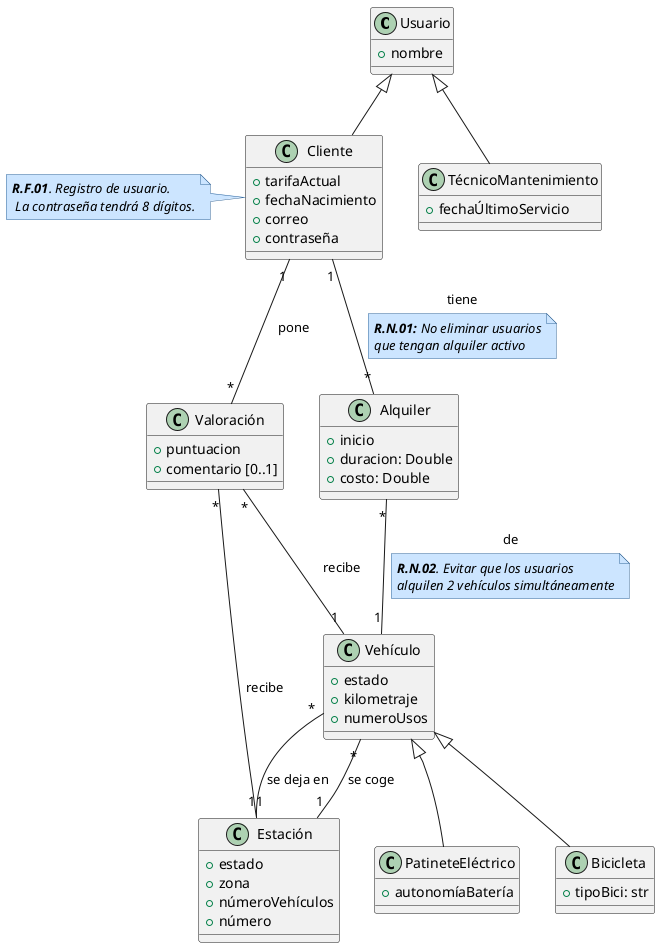
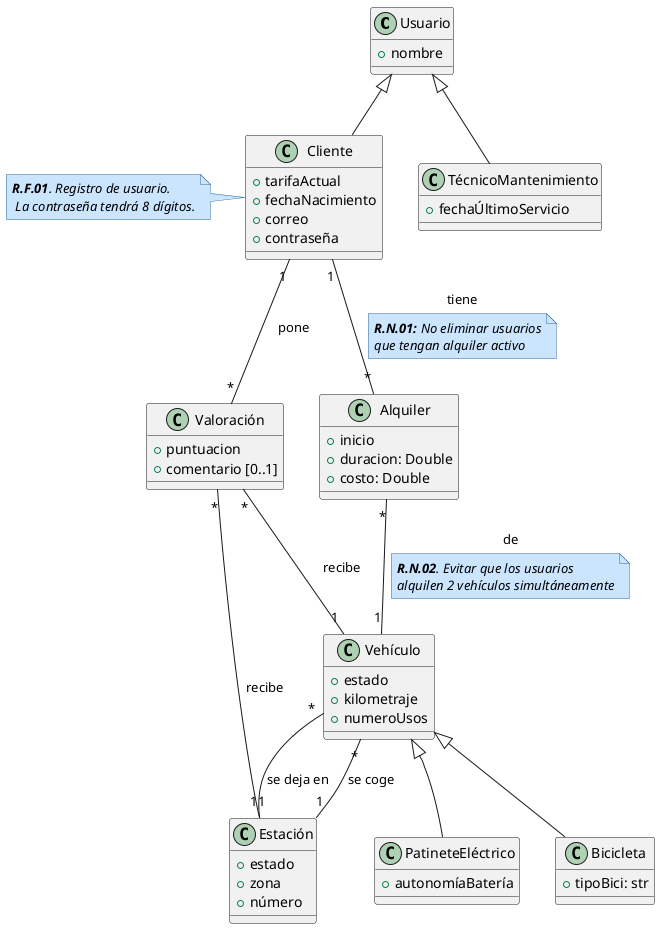
@startuml DiagramaClases

skinparam note {
  BackgroundColor #cce5ff
  BorderColor #336699
  FontStyle italic
}

class Usuario {
    +nombre
}

class Cliente {
    +tarifaActual
    +fechaNacimiento
    +correo
    +contraseña
}
note left:**R.F.01**. Registro de usuario. \n La contraseña tendrá 8 dígitos.

class TécnicoMantenimiento {
    +fechaÚltimoServicio
}

class Valoración {
    +puntuacion
    +comentario [0..1]
}

class Alquiler {
    +inicio
    +duracion: Double
    +costo: Double
}

class Vehículo {
    +estado
    +kilometraje
    +numeroUsos
}

'Una estación se refiere a un enganche específico,'
'para decir a qué grupo de bicis pertenece se utiliza el atributo zona'
'Se ha puesto así para poder poner en qué enganche (estación) se encuentra'
'una bici específica, si no no se podría identificar la bici averiada por ejemplo.'

class Estación {
    +estado
    +zona
-     +númeroVehículos
    +número
}

class Bicicleta {
    +tipoBici: str
}

class PatineteEléctrico {
    +autonomíaBatería
}

Usuario <|-- Cliente
Usuario <|-- TécnicoMantenimiento

'Relación directa valoraciones'
Cliente "1"--"*" Valoración : pone
Valoración "*"--"1" Vehículo : recibe
Valoración "*"--"1" Estación : recibe

Estación"1" -- "*"Vehículo : se coge
Vehículo"*" -- "1"Estación :se deja en

'Relacion de Alquileres'
Cliente "1"--"*"  Alquiler: tiene
'Requisitos seguidos de relacion a linkear'
note on link
  **R.N.01:** No eliminar usuarios
  que tengan alquiler activo
end note

Alquiler "*"--"1" Vehículo: de
note on link
    **R.N.02**. Evitar que los usuarios
    alquilen 2 vehículos simultáneamente
end note

Vehículo <|-- Bicicleta
Vehículo <|-- PatineteEléctrico


@enduml